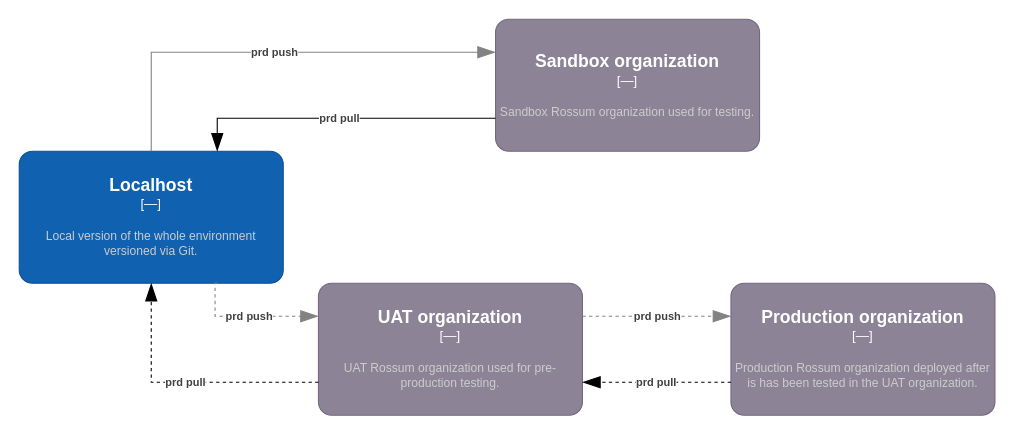
rossumai/university keeps this draw.io diagram as docs/learn/sandboxes/_img/three-environments-diagram.drawio. Above is the earlier version. Source tidied: cells renumbered, new cells numbered last; positions are measured from the earlier drawing's top-left corner, leaving out a move shared by most shapes. Both pictures are drawn from the tidied source at 110%, with x=0, y=0 at pixel (19, 19).
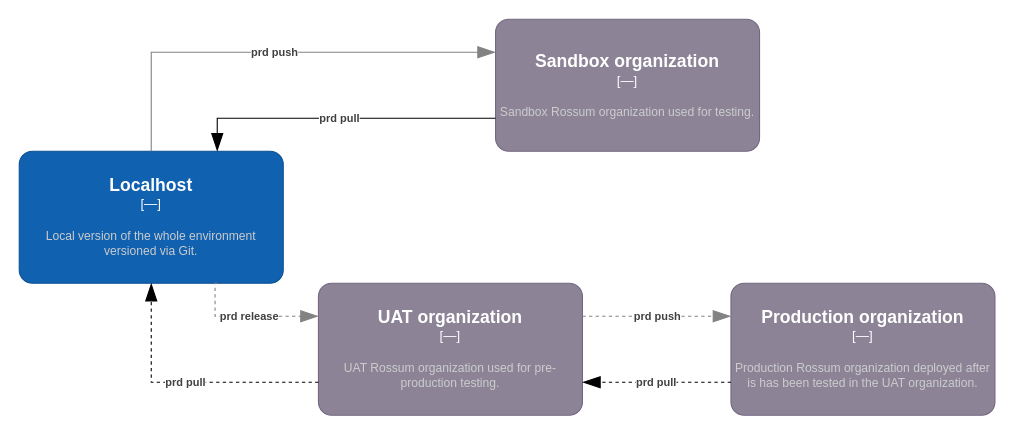
The same diagram, later.

Commit message (it also covers changes not shown here):
Sandboxes: fix diagrams

Unchanged cells that the change refers to:
```xml
<object id="2" label="&lt;font style=&quot;font-size: 16px&quot;&gt;&lt;b&gt;%c4Name%&lt;/b&gt;&lt;/font&gt;&lt;div&gt;[%c4Type%]&lt;/div&gt;&lt;br&gt;&lt;div&gt;&lt;font style=&quot;font-size: 11px&quot;&gt;&lt;font color=&quot;#cccccc&quot;&gt;%c4Description%&lt;/font&gt;&lt;/div&gt;" c4Description="Local version of the whole environment versioned via Git." c4Name="Localhost" c4Type="—" placeholders="1">
  <mxCell style="rounded=1;whiteSpace=wrap;html=1;labelBackgroundColor=none;fillColor=#1061B0;fontColor=#ffffff;align=center;arcSize=10;strokeColor=#0D5091;points=[[0.25,0,0],[0.5,0,0],[0.75,0,0],[1,0.25,0],[1,0.5,0],[1,0.75,0],[0.75,1,0],[0.5,1,0],[0.25,1,0],[0,0.75,0],[0,0.5,0],[0,0.25,0]];" parent="1" vertex="1">
    <mxGeometry y="120" width="240" height="120" as="geometry" />
  </mxCell>
</object>
<object id="6" label="&lt;font style=&quot;font-size: 16px&quot;&gt;&lt;b&gt;%c4Name%&lt;/b&gt;&lt;/font&gt;&lt;div&gt;[%c4Type%]&lt;/div&gt;&lt;br&gt;&lt;div&gt;&lt;font style=&quot;font-size: 11px&quot;&gt;&lt;font color=&quot;#cccccc&quot;&gt;%c4Description%&lt;/font&gt;&lt;/div&gt;" c4Description="UAT Rossum organization used for pre-production testing." c4Name="UAT organization" c4Type="—" placeholders="1">
  <mxCell style="rounded=1;whiteSpace=wrap;html=1;labelBackgroundColor=none;fillColor=#8C8496;fontColor=#ffffff;align=center;arcSize=10;strokeColor=#736782;points=[[0.25,0,0],[0.5,0,0],[0.75,0,0],[1,0.25,0],[1,0.5,0],[1,0.75,0],[0.75,1,0],[0.5,1,0],[0.25,1,0],[0,0.75,0],[0,0.5,0],[0,0.25,0]];" parent="1" vertex="1">
    <mxGeometry x="272" y="240" width="240" height="120" as="geometry" />
  </mxCell>
</object>
```

Change to the diagram source:
```diff
@@
-    <object id="7" label="&lt;div style=&quot;text-align: left&quot;&gt;&lt;div style=&quot;text-align: center&quot;&gt;&lt;b&gt;%c4Description%&lt;/b&gt;&lt;/div&gt;" c4Description="prd push" placeholders="1">
+    <object id="7" label="&lt;div style=&quot;text-align: left&quot;&gt;&lt;div style=&quot;text-align: center&quot;&gt;&lt;b&gt;%c4Description%&lt;/b&gt;&lt;/div&gt;" c4Description="prd release" placeholders="1">
       <mxCell style="endArrow=blockThin;html=1;fontSize=10;fontColor=#404040;strokeWidth=1;endFill=1;strokeColor=#828282;elbow=vertical;endSize=14;startSize=14;jumpStyle=arc;jumpSize=16;rounded=0;edgeStyle=orthogonalEdgeStyle;entryX=0;entryY=0.25;entryDx=0;entryDy=0;entryPerimeter=0;exitX=0.75;exitY=1;exitDx=0;exitDy=0;exitPerimeter=0;dashed=1;" parent="1" edge="1" source="2" target="6">
         <mxGeometry relative="1" as="geometry">
           <Array as="points">
             <mxPoint x="178" y="240" />
             <mxPoint x="178" y="270" />
           </Array>
         </mxGeometry>
       </mxCell>
     </object>
```
